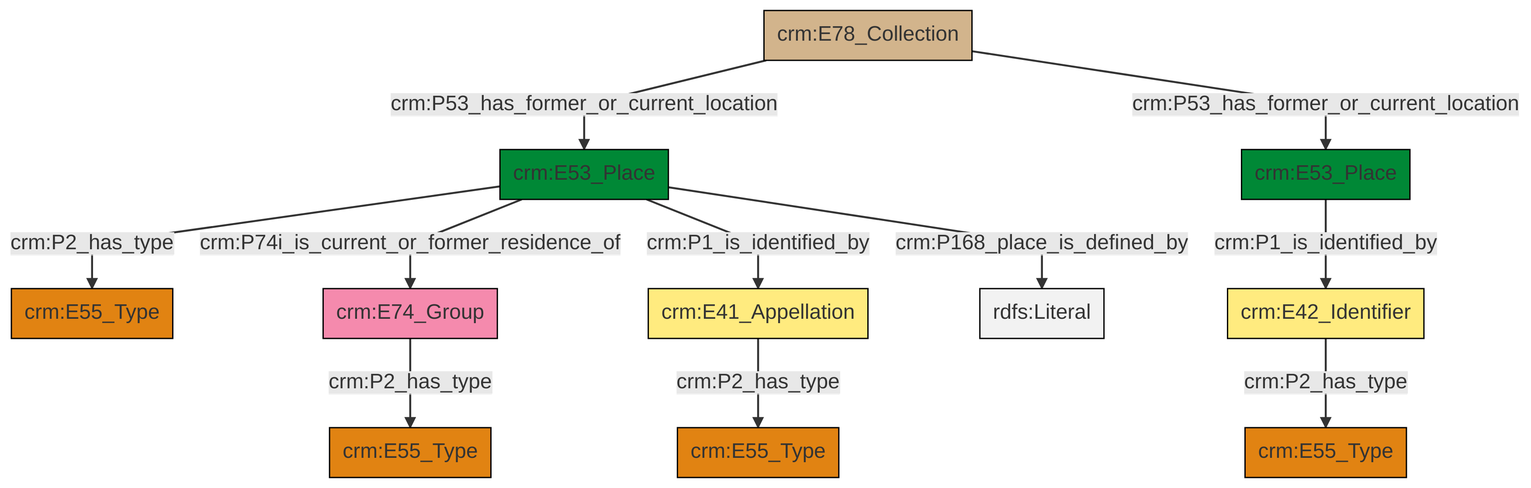
Above: et/archivalCSV/ttl/mmd/png/archival_location.png in swiss-art-research-net/docs.swissartresearch (Mermaid), before the change. Its source is kept beside it as et/archivalCSV/ttl/mmd/archival_location.ttl.mmd.
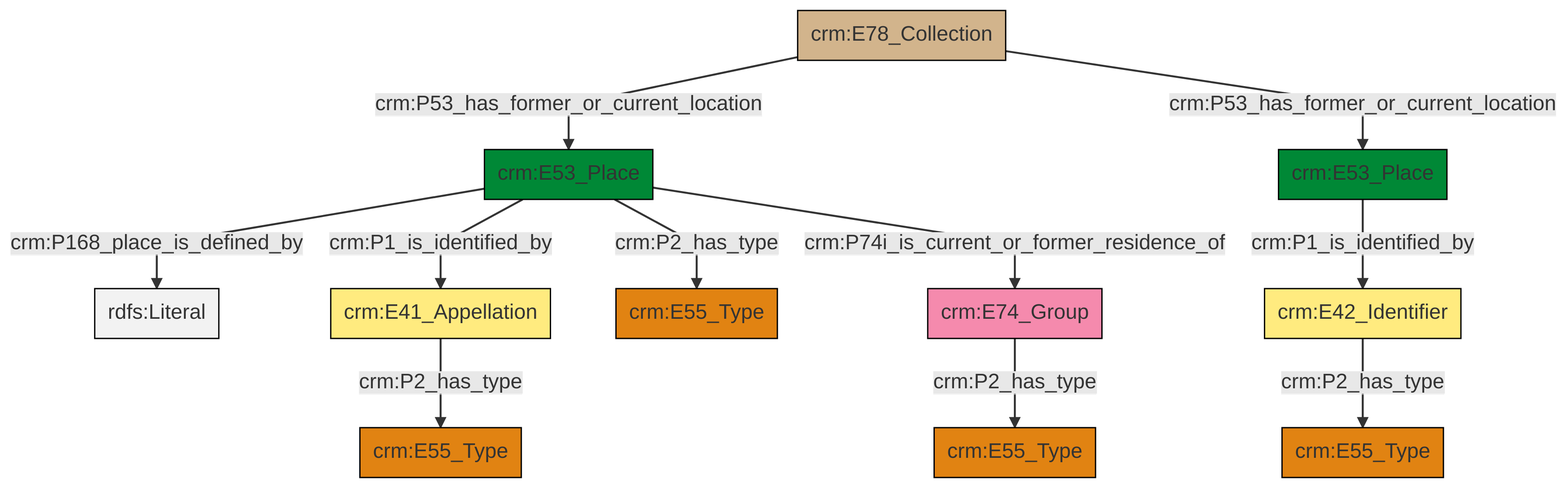
Later version of the same file.

What changed in the source:
```diff
@@ -13,13 +13,13 @@
 classDef PC_Classes fill:#4ce600, stroke:#000000;
 classDef Multi fill:#cccccc,stroke:#000000;
 
+0["crm:E53_Place"]:::Place -->|crm:P168_place_is_defined_by| 1[rdfs:Literal]:::Literal
+2["crm:E78_Collection"]:::Physical_Thing -->|crm:P53_has_former_or_current_location| 0["crm:E53_Place"]:::Place
+3["crm:E53_Place"]:::Place -->|crm:P1_is_identified_by| 4["crm:E42_Identifier"]:::Appellation
+0["crm:E53_Place"]:::Place -->|crm:P2_has_type| 5["crm:E55_Type"]:::Type
 2["crm:E78_Collection"]:::Physical_Thing -->|crm:P53_has_former_or_current_location| 3["crm:E53_Place"]:::Place
-3["crm:E53_Place"]:::Place -->|crm:P2_has_type| 9["crm:E55_Type"]:::Type
-7["crm:E42_Identifier"]:::Appellation -->|crm:P2_has_type| 10["crm:E55_Type"]:::Type
-3["crm:E53_Place"]:::Place -->|crm:P74i_is_current_or_former_residence_of| 11["crm:E74_Group"]:::Actor
-3["crm:E53_Place"]:::Place -->|crm:P1_is_identified_by| 0["crm:E41_Appellation"]:::Appellation
-3["crm:E53_Place"]:::Place -->|crm:P168_place_is_defined_by| 16[rdfs:Literal]:::Literal
-2["crm:E78_Collection"]:::Physical_Thing -->|crm:P53_has_former_or_current_location| 14["crm:E53_Place"]:::Place
-14["crm:E53_Place"]:::Place -->|crm:P1_is_identified_by| 7["crm:E42_Identifier"]:::Appellation
-11["crm:E74_Group"]:::Actor -->|crm:P2_has_type| 4["crm:E55_Type"]:::Type
-0["crm:E41_Appellation"]:::Appellation -->|crm:P2_has_type| 20["crm:E55_Type"]:::Type
+4["crm:E42_Identifier"]:::Appellation -->|crm:P2_has_type| 12["crm:E55_Type"]:::Type
+14["crm:E74_Group"]:::Actor -->|crm:P2_has_type| 9["crm:E55_Type"]:::Type
+0["crm:E53_Place"]:::Place -->|crm:P1_is_identified_by| 17["crm:E41_Appellation"]:::Appellation
+17["crm:E41_Appellation"]:::Appellation -->|crm:P2_has_type| 15["crm:E55_Type"]:::Type
+0["crm:E53_Place"]:::Place -->|crm:P74i_is_current_or_former_residence_of| 14["crm:E74_Group"]:::Actor
```
